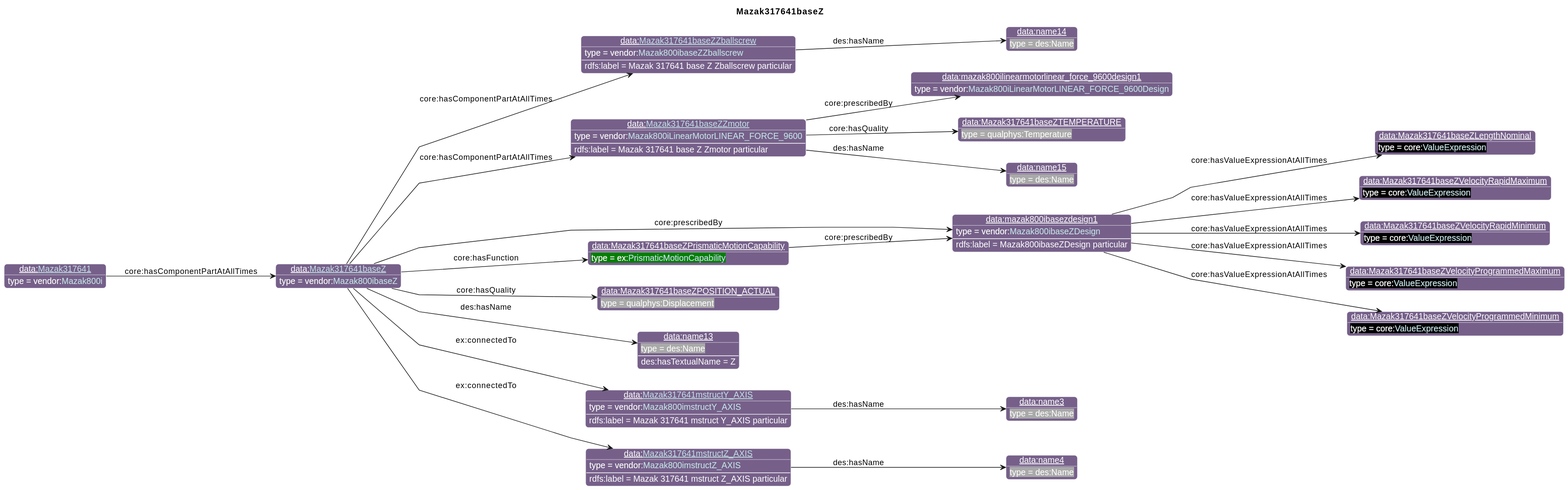
The PlantUML diagram diagrams/Mazak317641baseZ.svg in iofoundry/example-syseng-mtconnect, before a commit.
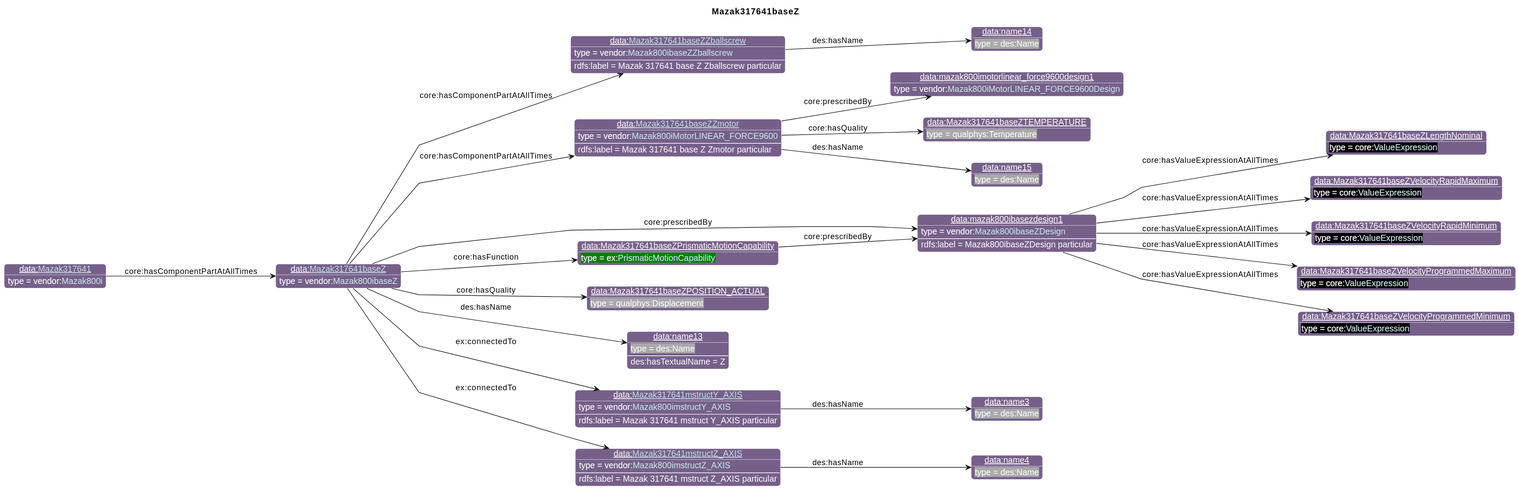
Later version of the same file.

Diff of the diagram source:
```diff
@@ -28,8 +28,8 @@
 individual(o0, data:[[./Mazak317641baseZ.html Mazak317641baseZ]], vendor:[[../Mazak.html#Mazak800ibaseZ Mazak800ibaseZ]])
 individual(o1, data:[[./Mazak317641baseZZballscrew.html Mazak317641baseZZballscrew]], vendor:[[../Mazak.html#Mazak800ibaseZZballscrew Mazak800ibaseZZballscrew]])
 individual(o2, data:name14, des:Name)
-individual(o3, data:[[./Mazak317641baseZZmotor.html Mazak317641baseZZmotor]], vendor:[[../Mazak.html#Mazak800iLinearMotorLINEAR_FORCE_9600 Mazak800iLinearMotorLINEAR_FORCE_9600]])
-individual(o4, data:mazak800ilinearmotorlinear_force_9600design1, vendor:[[../Mazak.html#Mazak800iLinearMotorLINEAR_FORCE_9600Design Mazak800iLinearMotorLINEAR_FORCE_9600Design]])
+individual(o3, data:[[./Mazak317641baseZZmotor.html Mazak317641baseZZmotor]], vendor:[[../Mazak.html#Mazak800iMotorLINEAR_FORCE9600 Mazak800iMotorLINEAR_FORCE9600]])
+individual(o4, data:mazak800imotorlinear_force9600design1, vendor:[[../Mazak.html#Mazak800iMotorLINEAR_FORCE9600Design Mazak800iMotorLINEAR_FORCE9600Design]])
 individual(o5, data:Mazak317641baseZTEMPERATURE, qualphys:Temperature)
 individual(o6, data:name15, des:Name)
 individual(o7, data:mazak800ibasezdesign1, vendor:[[../Mazak.html#Mazak800ibaseZDesign Mazak800ibaseZDesign]])
```
